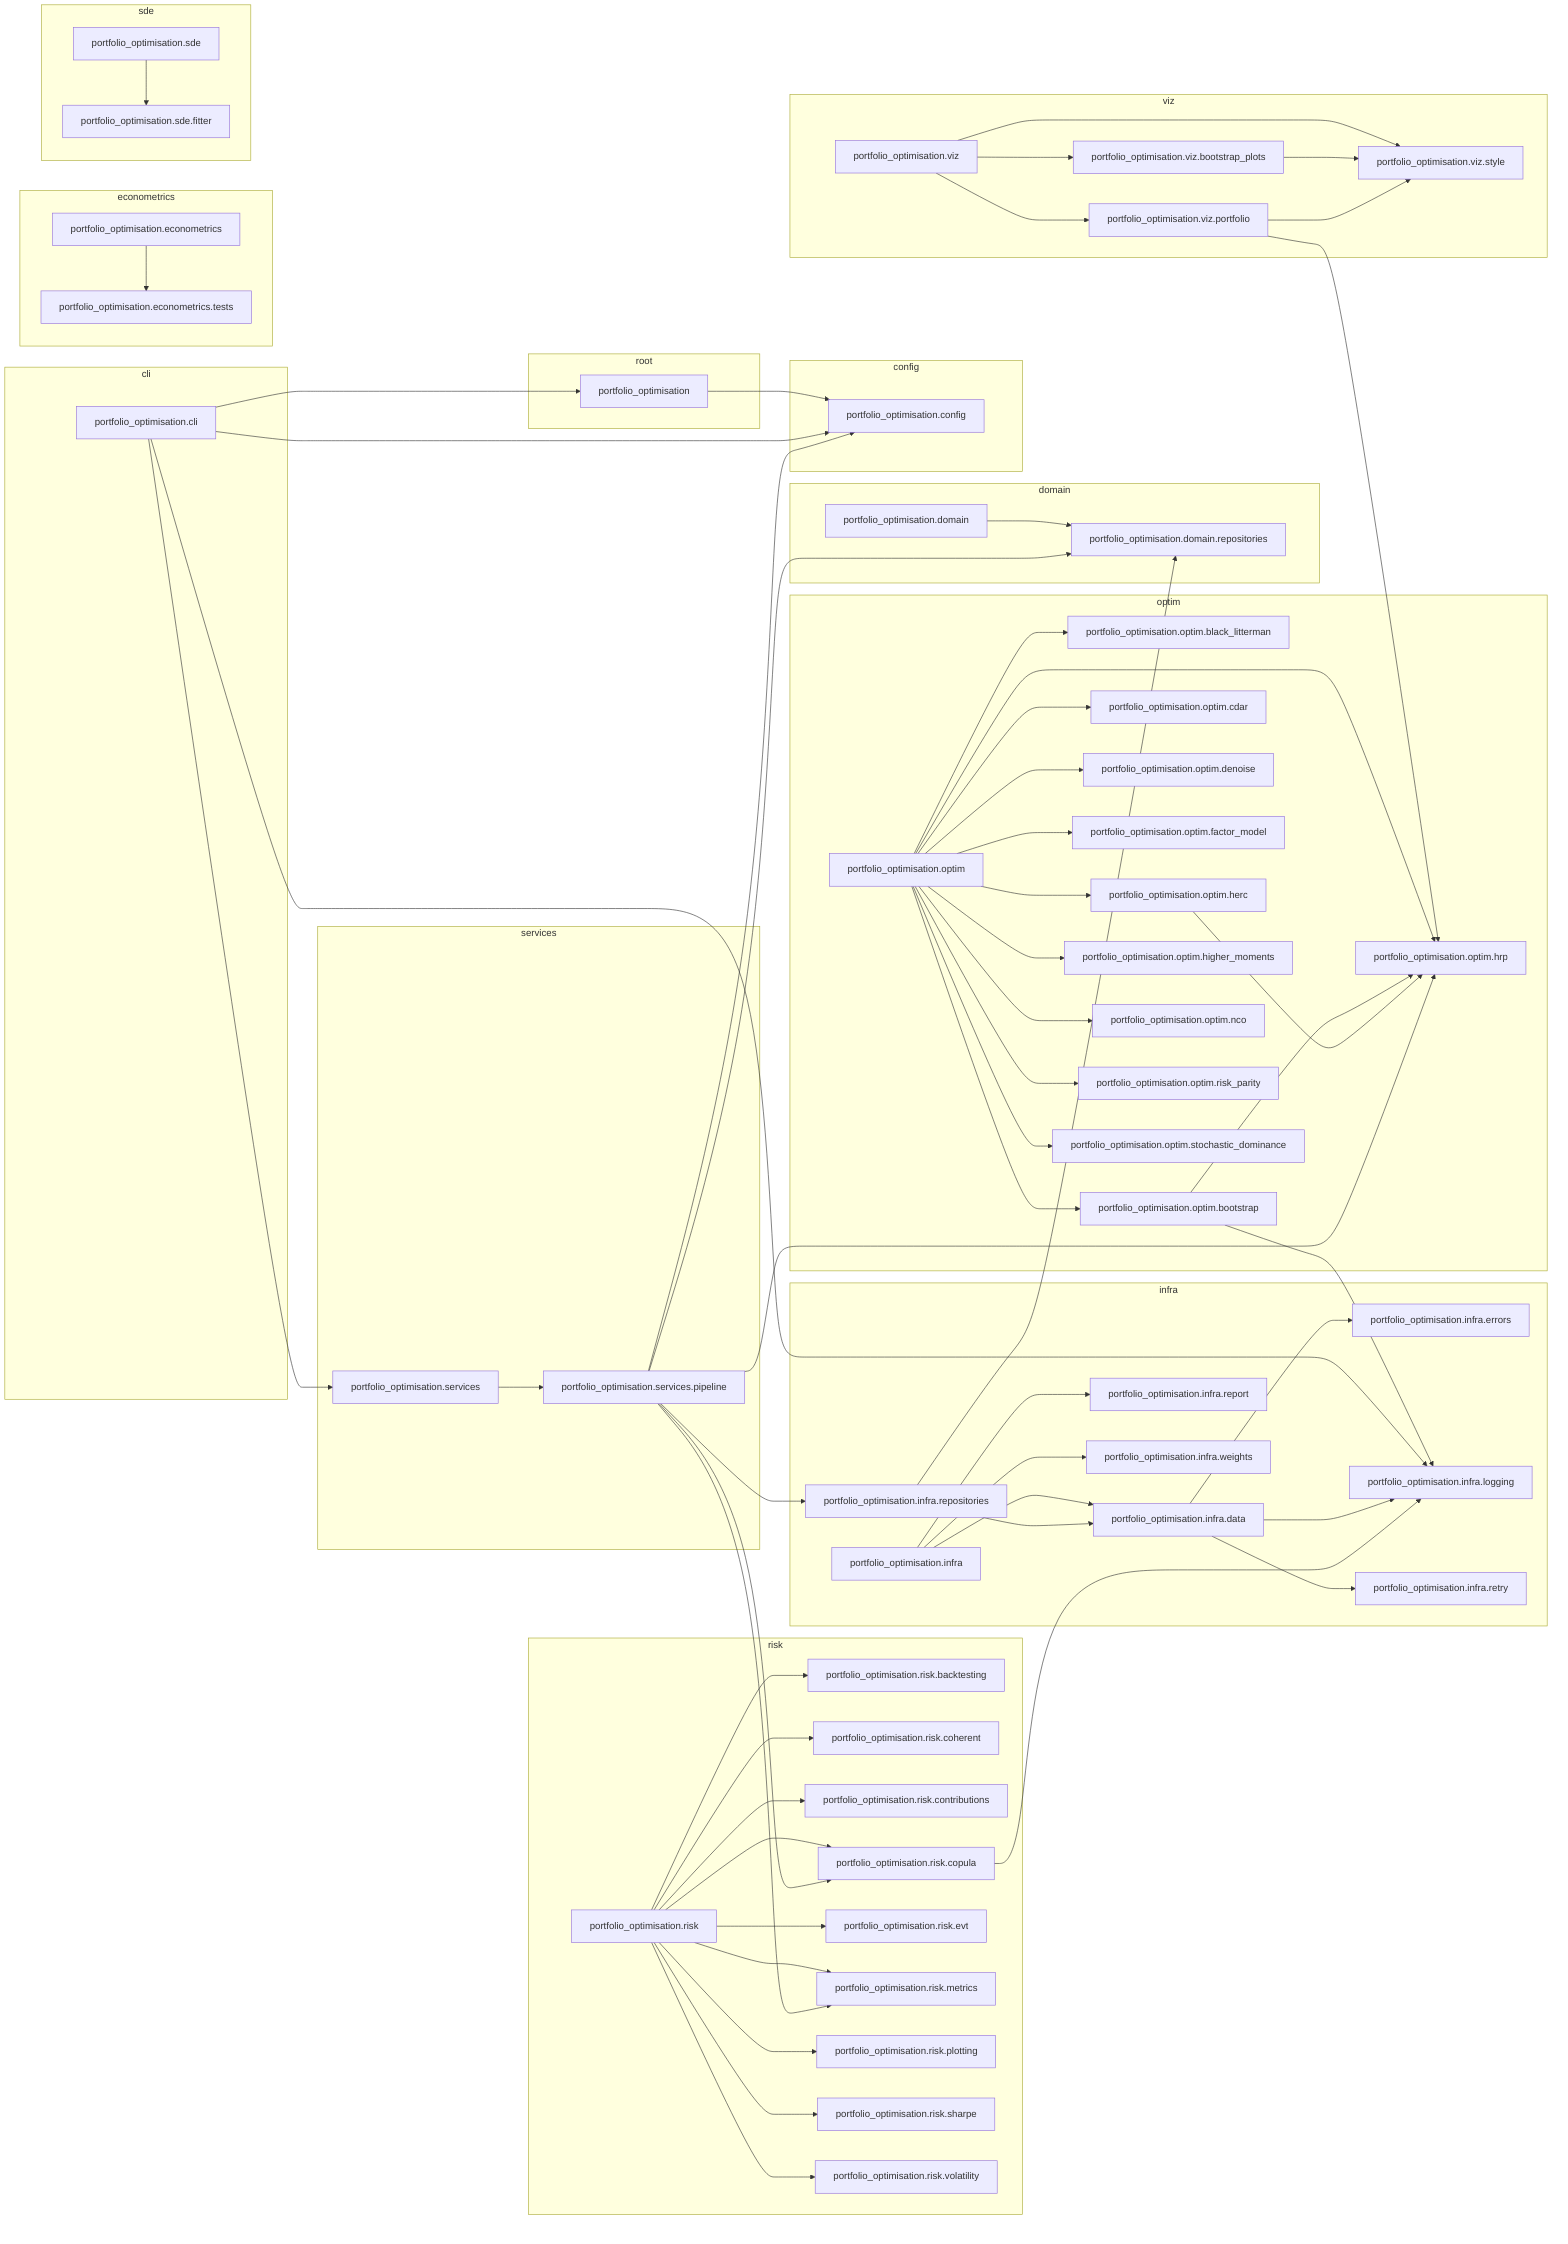
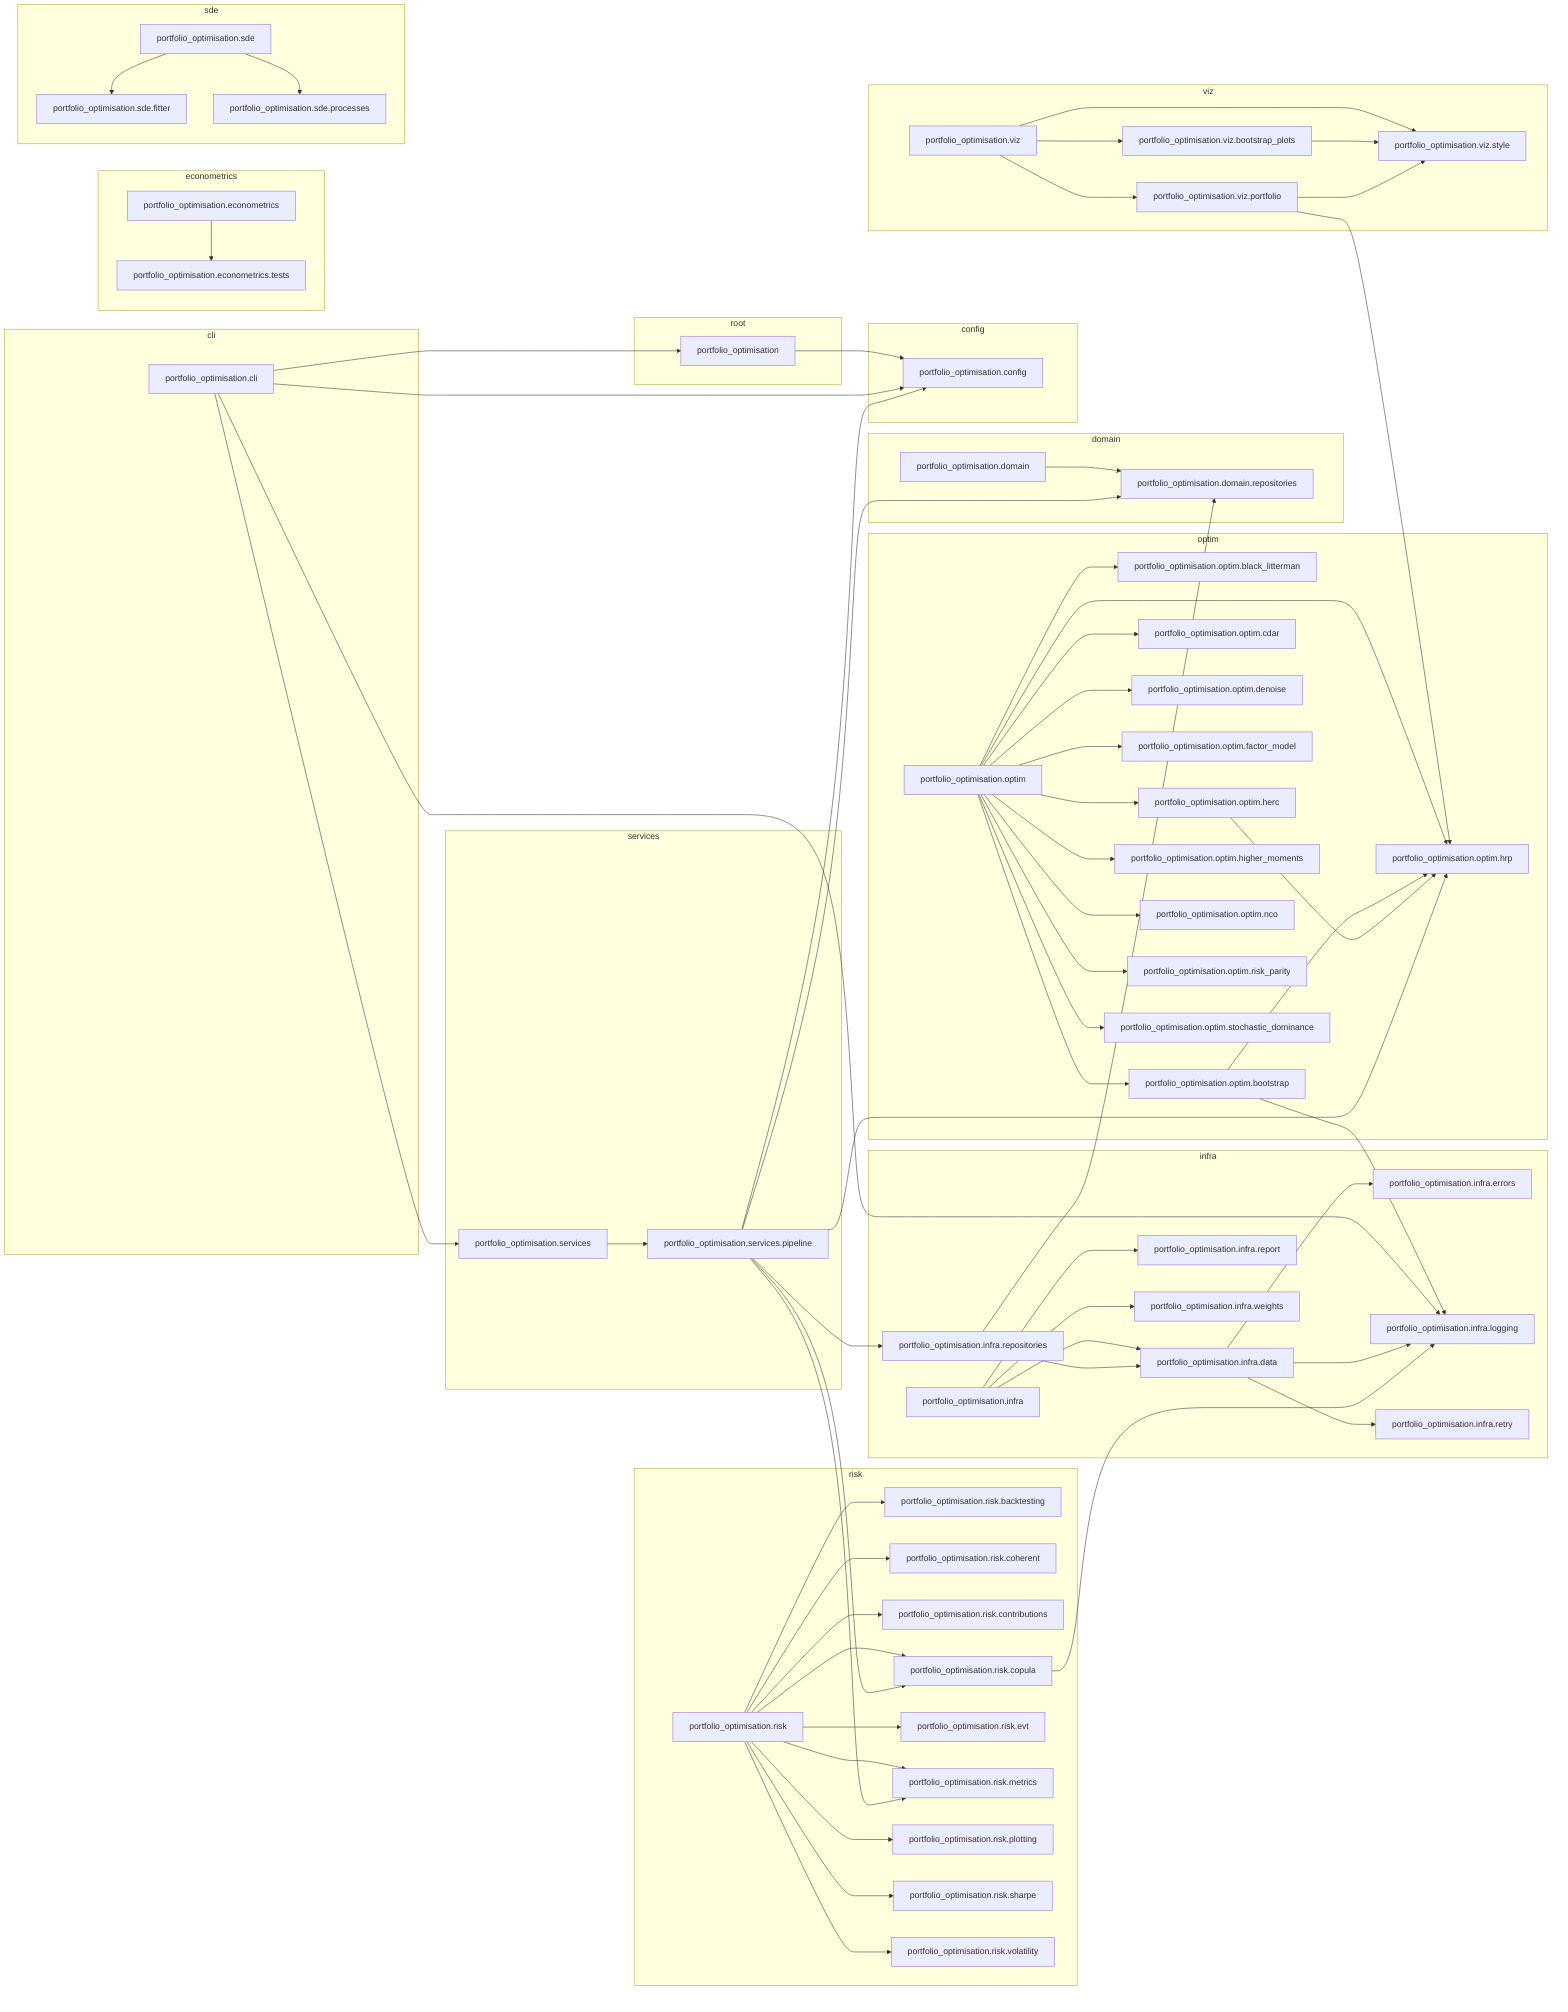
flowchart LR
    subgraph cli
        portfolio_optimisation_cli["portfolio_optimisation.cli"]
    end
    subgraph config
        portfolio_optimisation_config["portfolio_optimisation.config"]
    end
    subgraph domain
        portfolio_optimisation_domain["portfolio_optimisation.domain"]
        portfolio_optimisation_domain_repositories["portfolio_optimisation.domain.repositories"]
    end
    subgraph econometrics
        portfolio_optimisation_econometrics["portfolio_optimisation.econometrics"]
        portfolio_optimisation_econometrics_tests["portfolio_optimisation.econometrics.tests"]
    end
    subgraph infra
        portfolio_optimisation_infra["portfolio_optimisation.infra"]
        portfolio_optimisation_infra_data["portfolio_optimisation.infra.data"]
        portfolio_optimisation_infra_errors["portfolio_optimisation.infra.errors"]
        portfolio_optimisation_infra_logging["portfolio_optimisation.infra.logging"]
        portfolio_optimisation_infra_report["portfolio_optimisation.infra.report"]
        portfolio_optimisation_infra_repositories["portfolio_optimisation.infra.repositories"]
        portfolio_optimisation_infra_retry["portfolio_optimisation.infra.retry"]
        portfolio_optimisation_infra_weights["portfolio_optimisation.infra.weights"]
    end
    subgraph optim
        portfolio_optimisation_optim["portfolio_optimisation.optim"]
        portfolio_optimisation_optim_black_litterman["portfolio_optimisation.optim.black_litterman"]
        portfolio_optimisation_optim_bootstrap["portfolio_optimisation.optim.bootstrap"]
        portfolio_optimisation_optim_cdar["portfolio_optimisation.optim.cdar"]
        portfolio_optimisation_optim_denoise["portfolio_optimisation.optim.denoise"]
        portfolio_optimisation_optim_factor_model["portfolio_optimisation.optim.factor_model"]
        portfolio_optimisation_optim_herc["portfolio_optimisation.optim.herc"]
        portfolio_optimisation_optim_higher_moments["portfolio_optimisation.optim.higher_moments"]
        portfolio_optimisation_optim_hrp["portfolio_optimisation.optim.hrp"]
        portfolio_optimisation_optim_nco["portfolio_optimisation.optim.nco"]
        portfolio_optimisation_optim_risk_parity["portfolio_optimisation.optim.risk_parity"]
        portfolio_optimisation_optim_stochastic_dominance["portfolio_optimisation.optim.stochastic_dominance"]
    end
    subgraph risk
        portfolio_optimisation_risk["portfolio_optimisation.risk"]
        portfolio_optimisation_risk_backtesting["portfolio_optimisation.risk.backtesting"]
        portfolio_optimisation_risk_coherent["portfolio_optimisation.risk.coherent"]
        portfolio_optimisation_risk_contributions["portfolio_optimisation.risk.contributions"]
        portfolio_optimisation_risk_copula["portfolio_optimisation.risk.copula"]
        portfolio_optimisation_risk_evt["portfolio_optimisation.risk.evt"]
        portfolio_optimisation_risk_metrics["portfolio_optimisation.risk.metrics"]
        portfolio_optimisation_risk_plotting["portfolio_optimisation.risk.plotting"]
        portfolio_optimisation_risk_sharpe["portfolio_optimisation.risk.sharpe"]
        portfolio_optimisation_risk_volatility["portfolio_optimisation.risk.volatility"]
    end
    subgraph root
        portfolio_optimisation["portfolio_optimisation"]
    end
    subgraph sde
        portfolio_optimisation_sde["portfolio_optimisation.sde"]
        portfolio_optimisation_sde_fitter["portfolio_optimisation.sde.fitter"]
+         portfolio_optimisation_sde_processes["portfolio_optimisation.sde.processes"]
    end
    subgraph services
        portfolio_optimisation_services["portfolio_optimisation.services"]
        portfolio_optimisation_services_pipeline["portfolio_optimisation.services.pipeline"]
    end
    subgraph viz
        portfolio_optimisation_viz["portfolio_optimisation.viz"]
        portfolio_optimisation_viz_bootstrap_plots["portfolio_optimisation.viz.bootstrap_plots"]
        portfolio_optimisation_viz_portfolio["portfolio_optimisation.viz.portfolio"]
        portfolio_optimisation_viz_style["portfolio_optimisation.viz.style"]
    end
    portfolio_optimisation --> portfolio_optimisation_config
    portfolio_optimisation_cli --> portfolio_optimisation
    portfolio_optimisation_cli --> portfolio_optimisation_config
    portfolio_optimisation_cli --> portfolio_optimisation_infra_logging
    portfolio_optimisation_cli --> portfolio_optimisation_services
    portfolio_optimisation_domain --> portfolio_optimisation_domain_repositories
    portfolio_optimisation_econometrics --> portfolio_optimisation_econometrics_tests
    portfolio_optimisation_infra --> portfolio_optimisation_infra_data
    portfolio_optimisation_infra --> portfolio_optimisation_infra_report
    portfolio_optimisation_infra --> portfolio_optimisation_infra_weights
    portfolio_optimisation_infra_data --> portfolio_optimisation_infra_errors
    portfolio_optimisation_infra_data --> portfolio_optimisation_infra_logging
    portfolio_optimisation_infra_data --> portfolio_optimisation_infra_retry
    portfolio_optimisation_infra_repositories --> portfolio_optimisation_domain_repositories
    portfolio_optimisation_infra_repositories --> portfolio_optimisation_infra_data
    portfolio_optimisation_optim --> portfolio_optimisation_optim_black_litterman
    portfolio_optimisation_optim --> portfolio_optimisation_optim_bootstrap
    portfolio_optimisation_optim --> portfolio_optimisation_optim_cdar
    portfolio_optimisation_optim --> portfolio_optimisation_optim_denoise
    portfolio_optimisation_optim --> portfolio_optimisation_optim_factor_model
    portfolio_optimisation_optim --> portfolio_optimisation_optim_herc
    portfolio_optimisation_optim --> portfolio_optimisation_optim_higher_moments
    portfolio_optimisation_optim --> portfolio_optimisation_optim_hrp
    portfolio_optimisation_optim --> portfolio_optimisation_optim_nco
    portfolio_optimisation_optim --> portfolio_optimisation_optim_risk_parity
    portfolio_optimisation_optim --> portfolio_optimisation_optim_stochastic_dominance
    portfolio_optimisation_optim_bootstrap --> portfolio_optimisation_infra_logging
    portfolio_optimisation_optim_bootstrap --> portfolio_optimisation_optim_hrp
    portfolio_optimisation_optim_herc --> portfolio_optimisation_optim_hrp
    portfolio_optimisation_risk --> portfolio_optimisation_risk_backtesting
    portfolio_optimisation_risk --> portfolio_optimisation_risk_coherent
    portfolio_optimisation_risk --> portfolio_optimisation_risk_contributions
    portfolio_optimisation_risk --> portfolio_optimisation_risk_copula
    portfolio_optimisation_risk --> portfolio_optimisation_risk_evt
    portfolio_optimisation_risk --> portfolio_optimisation_risk_metrics
    portfolio_optimisation_risk --> portfolio_optimisation_risk_plotting
    portfolio_optimisation_risk --> portfolio_optimisation_risk_sharpe
    portfolio_optimisation_risk --> portfolio_optimisation_risk_volatility
    portfolio_optimisation_risk_copula --> portfolio_optimisation_infra_logging
    portfolio_optimisation_sde --> portfolio_optimisation_sde_fitter
+     portfolio_optimisation_sde --> portfolio_optimisation_sde_processes
    portfolio_optimisation_services --> portfolio_optimisation_services_pipeline
    portfolio_optimisation_services_pipeline --> portfolio_optimisation_config
    portfolio_optimisation_services_pipeline --> portfolio_optimisation_domain_repositories
    portfolio_optimisation_services_pipeline --> portfolio_optimisation_infra_repositories
    portfolio_optimisation_services_pipeline --> portfolio_optimisation_optim_hrp
    portfolio_optimisation_services_pipeline --> portfolio_optimisation_risk_copula
    portfolio_optimisation_services_pipeline --> portfolio_optimisation_risk_metrics
    portfolio_optimisation_viz --> portfolio_optimisation_viz_bootstrap_plots
    portfolio_optimisation_viz --> portfolio_optimisation_viz_portfolio
    portfolio_optimisation_viz --> portfolio_optimisation_viz_style
    portfolio_optimisation_viz_bootstrap_plots --> portfolio_optimisation_viz_style
    portfolio_optimisation_viz_portfolio --> portfolio_optimisation_optim_hrp
    portfolio_optimisation_viz_portfolio --> portfolio_optimisation_viz_style
